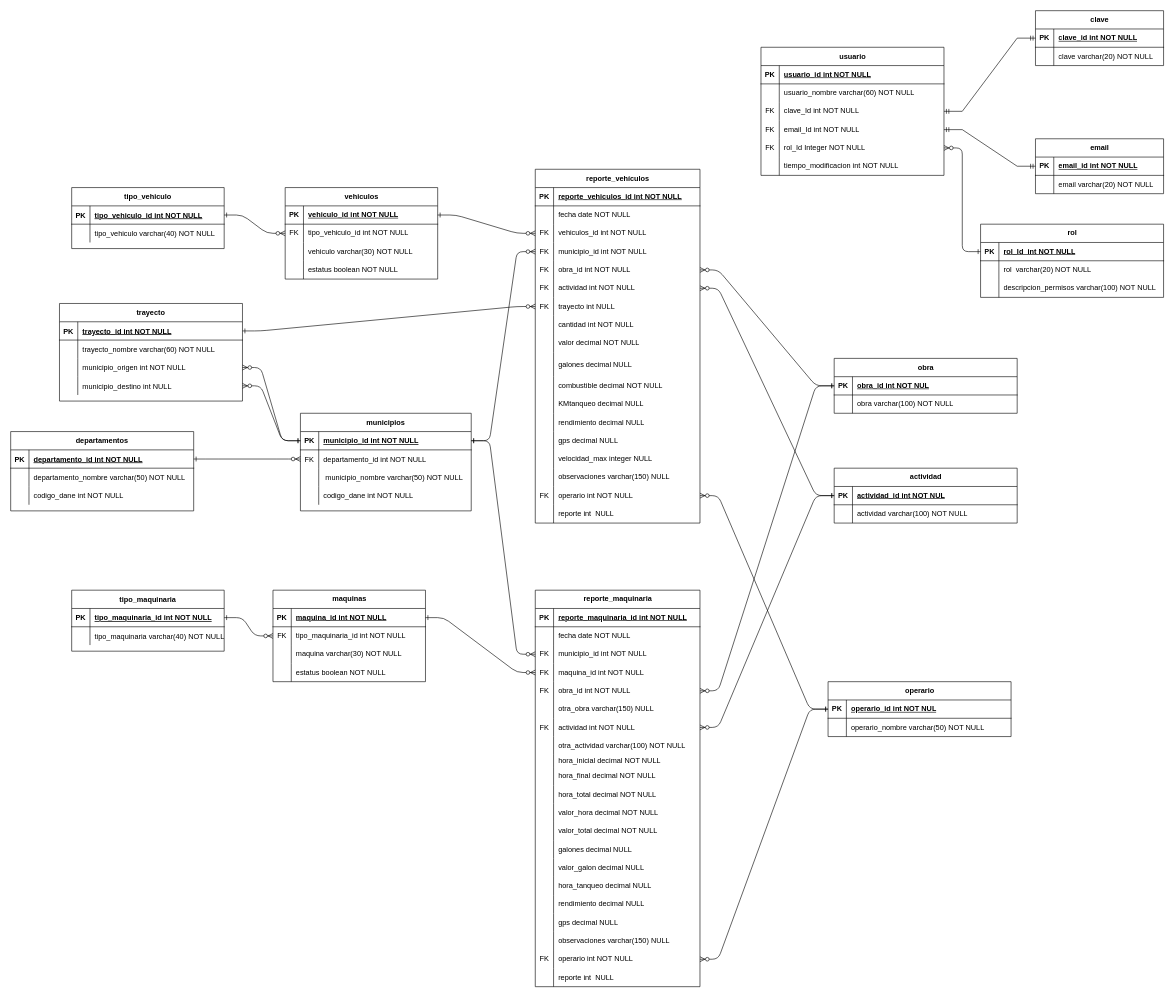
MasacradorM/Gestion-de-Maquinaria-y-Vehiculos keeps this draw.io diagram as MER/gestionMaquinaria&Vehiculos.drawio. Above is the earlier version. Source tidied: cells renumbered, new cells numbered last; positions are measured from the earlier drawing's top-left corner, leaving out a move shared by most shapes. Both pictures are drawn from the tidied source at 61%, with x=0, y=0 at pixel (10, 10).
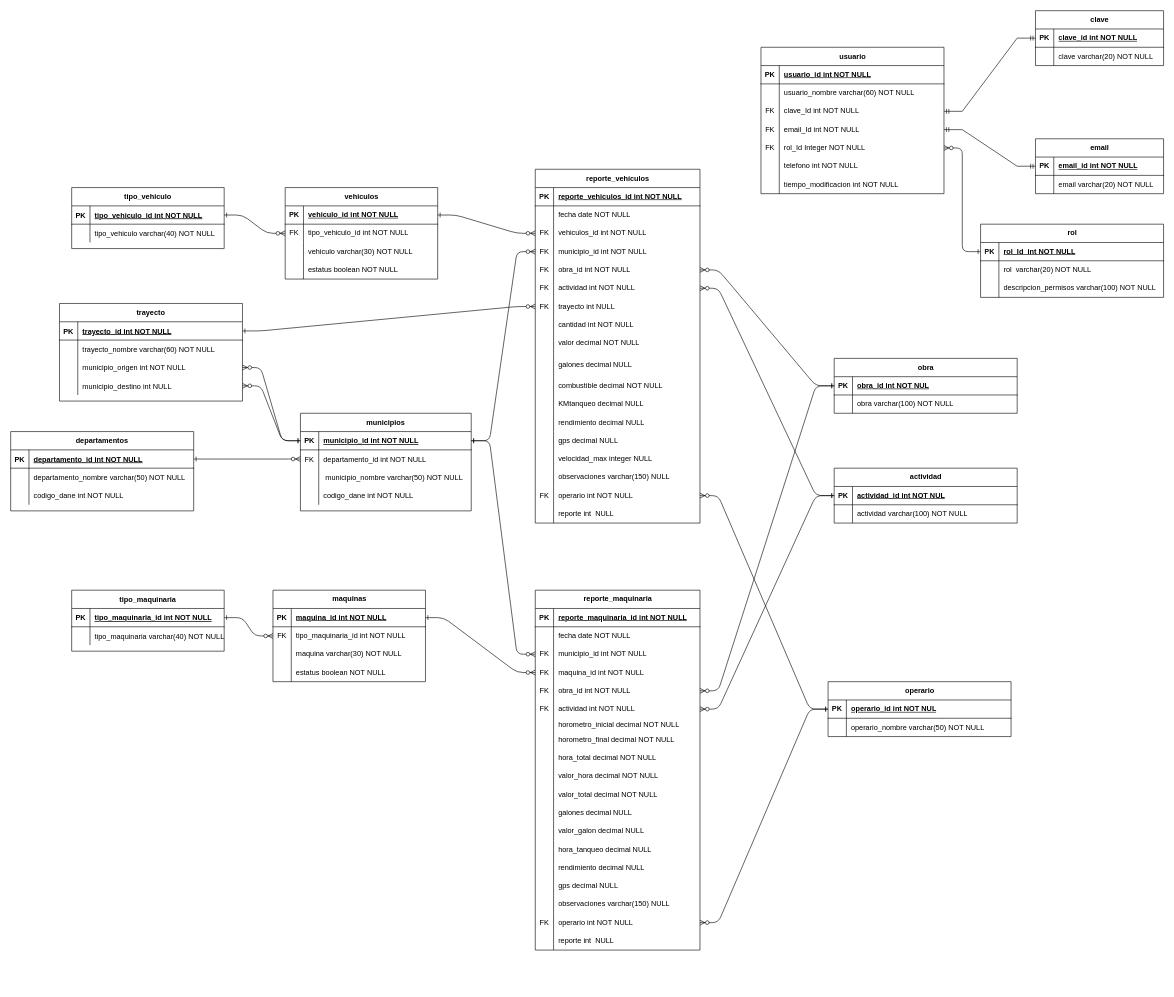
After the change.

Unchanged cells that the change refers to:
```xml
<mxCell id="206" style="shape=tableRow;horizontal=0;startSize=0;swimlaneHead=0;swimlaneBody=0;fillColor=none;top=0;left=0;right=0;bottom=0;" parent="190" vertex="1">
  <mxGeometry y="180" width="300" height="30" as="geometry" />
</mxCell>
```

Change to the diagram source:
```diff
@@
     <mxCell id="47" value="reporte_maquinaria" style="shape=table;startSize=30;childLayout=tableLayout;rowLines=0;fontStyle=1;align=center;html=1;" parent="1" vertex="1">
-      <mxGeometry x="860" y="950" width="270" height="650" as="geometry" />
+      <mxGeometry x="860" y="950" width="270" height="590" as="geometry" />
     </mxCell>
@@
-    <mxCell id="63" style="shape=tableRow;horizontal=0;startSize=0;swimlaneHead=0;swimlaneBody=0;fillColor=none;top=0;left=0;right=0;bottom=0;" parent="47" vertex="1">
-      <mxGeometry y="180" width="270" height="30" as="geometry" />
-    </mxCell>
-    <mxCell id="64" style="shape=partialRectangle;fillColor=none;top=0;left=0;bottom=0;right=0;overflow=hidden;whiteSpace=wrap;html=1;" parent="63" vertex="1">
-      <mxGeometry width="30" height="30" as="geometry" />
-    </mxCell>
-    <mxCell id="65" value="otra_obra varchar(150) NULL" style="shape=partialRectangle;fillColor=none;top=0;left=0;bottom=0;right=0;align=left;spacingLeft=6;overflow=hidden;whiteSpace=wrap;html=1;" parent="63" vertex="1">
-      <mxGeometry x="30" width="240" height="30" as="geometry" />
-    </mxCell>
     <mxCell id="66" style="shape=tableRow;horizontal=0;startSize=0;swimlaneHead=0;swimlaneBody=0;fillColor=none;points=[[0,0.5],[1,0.5]];portConstraint=eastwest;top=0;left=0;right=0;bottom=0;" parent="47" vertex="1">
-      <mxGeometry y="210" width="270" height="30" as="geometry" />
+      <mxGeometry y="180" width="270" height="30" as="geometry" />
     </mxCell>
@@
-    <mxCell id="69" style="shape=tableRow;horizontal=0;startSize=0;swimlaneHead=0;swimlaneBody=0;fillColor=none;top=0;left=0;right=0;bottom=0;" parent="47" vertex="1">
-      <mxGeometry y="240" width="270" height="30" as="geometry" />
-    </mxCell>
-    <mxCell id="70" style="shape=partialRectangle;fillColor=none;top=0;left=0;bottom=0;right=0;overflow=hidden;whiteSpace=wrap;html=1;" parent="69" vertex="1">
-      <mxGeometry width="30" height="30" as="geometry" />
-    </mxCell>
-    <mxCell id="71" value="otra_actividad varchar(100) NOT NULL" style="shape=partialRectangle;fillColor=none;top=0;left=0;bottom=0;right=0;align=left;spacingLeft=6;overflow=hidden;whiteSpace=wrap;html=1;" parent="69" vertex="1">
-      <mxGeometry x="30" width="240" height="30" as="geometry" />
-    </mxCell>
     <mxCell id="72" style="shape=tableRow;horizontal=0;startSize=0;swimlaneHead=0;swimlaneBody=0;fillColor=none;top=0;left=0;right=0;bottom=0;" parent="47" vertex="1">
-      <mxGeometry y="270" width="270" height="20" as="geometry" />
+      <mxGeometry y="210" width="270" height="20" as="geometry" />
     </mxCell>
@@
-    <mxCell id="74" value="hora_inicial decimal NOT NULL" style="shape=partialRectangle;fillColor=none;top=0;left=0;bottom=0;right=0;align=left;spacingLeft=6;overflow=hidden;whiteSpace=wrap;html=1;" parent="72" vertex="1">
+    <mxCell id="74" value="horometro_inicial decimal NOT NULL" style="shape=partialRectangle;fillColor=none;top=0;left=0;bottom=0;right=0;align=left;spacingLeft=6;overflow=hidden;whiteSpace=wrap;html=1;" parent="72" vertex="1">
       <mxGeometry x="30" width="240" height="20" as="geometry" />
     </mxCell>
     <mxCell id="75" style="shape=tableRow;horizontal=0;startSize=0;swimlaneHead=0;swimlaneBody=0;fillColor=none;top=0;left=0;right=0;bottom=0;" parent="47" vertex="1">
-      <mxGeometry y="290" width="270" height="30" as="geometry" />
+      <mxGeometry y="230" width="270" height="30" as="geometry" />
     </mxCell>
@@
-    <mxCell id="77" value="hora_final decimal NOT NULL" style="shape=partialRectangle;fillColor=none;top=0;left=0;bottom=0;right=0;align=left;spacingLeft=6;overflow=hidden;whiteSpace=wrap;html=1;" parent="75" vertex="1">
+    <mxCell id="77" value="horometro_final decimal NOT NULL" style="shape=partialRectangle;fillColor=none;top=0;left=0;bottom=0;right=0;align=left;spacingLeft=6;overflow=hidden;whiteSpace=wrap;html=1;" parent="75" vertex="1">
       <mxGeometry x="30" width="240" height="30" as="geometry" />
     </mxCell>
     <mxCell id="78" style="shape=tableRow;horizontal=0;startSize=0;swimlaneHead=0;swimlaneBody=0;fillColor=none;top=0;left=0;right=0;bottom=0;" parent="47" vertex="1">
-      <mxGeometry y="320" width="270" height="30" as="geometry" />
+      <mxGeometry y="260" width="270" height="30" as="geometry" />
     </mxCell>
@@
     <mxCell id="81" style="shape=tableRow;horizontal=0;startSize=0;swimlaneHead=0;swimlaneBody=0;fillColor=none;top=0;left=0;right=0;bottom=0;" parent="47" vertex="1">
-      <mxGeometry y="350" width="270" height="30" as="geometry" />
+      <mxGeometry y="290" width="270" height="30" as="geometry" />
     </mxCell>
@@
     <mxCell id="84" style="shape=tableRow;horizontal=0;startSize=0;swimlaneHead=0;swimlaneBody=0;fillColor=none;top=0;left=0;right=0;bottom=0;" parent="47" vertex="1">
-      <mxGeometry y="380" width="270" height="30" as="geometry" />
+      <mxGeometry y="320" width="270" height="30" as="geometry" />
     </mxCell>
@@
     <mxCell id="87" style="shape=tableRow;horizontal=0;startSize=0;swimlaneHead=0;swimlaneBody=0;fillColor=none;top=0;left=0;right=0;bottom=0;" parent="47" vertex="1">
-      <mxGeometry y="410" width="270" height="30" as="geometry" />
+      <mxGeometry y="350" width="270" height="30" as="geometry" />
     </mxCell>
@@
     <mxCell id="90" style="shape=tableRow;horizontal=0;startSize=0;swimlaneHead=0;swimlaneBody=0;fillColor=none;top=0;left=0;right=0;bottom=0;" parent="47" vertex="1">
-      <mxGeometry y="440" width="270" height="30" as="geometry" />
+      <mxGeometry y="380" width="270" height="30" as="geometry" />
     </mxCell>
@@
     <mxCell id="93" style="shape=tableRow;horizontal=0;startSize=0;swimlaneHead=0;swimlaneBody=0;fillColor=none;top=0;left=0;right=0;bottom=0;" parent="47" vertex="1">
-      <mxGeometry y="470" width="270" height="30" as="geometry" />
+      <mxGeometry y="410" width="270" height="30" as="geometry" />
     </mxCell>
@@
     <mxCell id="96" style="shape=tableRow;horizontal=0;startSize=0;swimlaneHead=0;swimlaneBody=0;fillColor=none;top=0;left=0;right=0;bottom=0;" parent="47" vertex="1">
-      <mxGeometry y="500" width="270" height="30" as="geometry" />
+      <mxGeometry y="440" width="270" height="30" as="geometry" />
     </mxCell>
@@
     <mxCell id="99" style="shape=tableRow;horizontal=0;startSize=0;swimlaneHead=0;swimlaneBody=0;fillColor=none;top=0;left=0;right=0;bottom=0;" parent="47" vertex="1">
-      <mxGeometry y="530" width="270" height="30" as="geometry" />
+      <mxGeometry y="470" width="270" height="30" as="geometry" />
     </mxCell>
@@
     <mxCell id="102" style="shape=tableRow;horizontal=0;startSize=0;swimlaneHead=0;swimlaneBody=0;fillColor=none;top=0;left=0;right=0;bottom=0;" parent="47" vertex="1">
-      <mxGeometry y="560" width="270" height="30" as="geometry" />
+      <mxGeometry y="500" width="270" height="30" as="geometry" />
     </mxCell>
@@
     <mxCell id="105" style="shape=tableRow;horizontal=0;startSize=0;swimlaneHead=0;swimlaneBody=0;fillColor=none;points=[[0,0.5],[1,0.5]];portConstraint=eastwest;top=0;left=0;right=0;bottom=0;" parent="47" vertex="1">
-      <mxGeometry y="590" width="270" height="30" as="geometry" />
+      <mxGeometry y="530" width="270" height="30" as="geometry" />
     </mxCell>
@@
     <mxCell id="108" style="shape=tableRow;horizontal=0;startSize=0;swimlaneHead=0;swimlaneBody=0;fillColor=none;top=0;left=0;right=0;bottom=0;" parent="47" vertex="1">
-      <mxGeometry y="620" width="270" height="30" as="geometry" />
+      <mxGeometry y="560" width="270" height="30" as="geometry" />
     </mxCell>
@@
     <mxCell id="190" value="usuario" style="shape=table;startSize=30;childLayout=tableLayout;rowLines=0;fontStyle=1;align=center;html=1;" parent="1" vertex="1">
-      <mxGeometry x="1230" y="60" width="300" height="210" as="geometry" />
+      <mxGeometry x="1230" y="60" width="300" height="240" as="geometry" />
     </mxCell>
@@
-    <mxCell id="208" value="tiempo_modificacion int NOT NULL&lt;span style=&quot;white-space: pre;&quot;&gt;&#9;&lt;/span&gt;" style="shape=partialRectangle;fillColor=none;top=0;left=0;bottom=0;right=0;align=left;spacingLeft=6;overflow=hidden;whiteSpace=wrap;html=1;" parent="206" vertex="1">
+    <mxCell id="208" value="telefono&lt;span style=&quot;background-color: transparent; color: light-dark(rgb(0, 0, 0), rgb(255, 255, 255));&quot;&gt;&amp;nbsp;int NOT NULL&lt;/span&gt;&lt;span style=&quot;background-color: transparent; color: light-dark(rgb(0, 0, 0), rgb(255, 255, 255)); white-space: pre;&quot;&gt;&#9;&lt;/span&gt;" style="shape=partialRectangle;fillColor=none;top=0;left=0;bottom=0;right=0;align=left;spacingLeft=6;overflow=hidden;whiteSpace=wrap;html=1;" parent="206" vertex="1">
       <mxGeometry x="30" width="270" height="30" as="geometry" />
     </mxCell>
+    <mxCell id="280" style="shape=tableRow;horizontal=0;startSize=0;swimlaneHead=0;swimlaneBody=0;fillColor=none;top=0;left=0;right=0;bottom=0;" parent="190" vertex="1">
+      <mxGeometry y="210" width="300" height="30" as="geometry" />
+    </mxCell>
+    <mxCell id="281" style="shape=partialRectangle;fillColor=none;top=0;left=0;bottom=0;right=0;overflow=hidden;whiteSpace=wrap;html=1;" parent="280" vertex="1">
+      <mxGeometry width="30" height="30" as="geometry" />
+    </mxCell>
+    <mxCell id="282" value="tiempo_modificacion int NOT NULL&lt;span style=&quot;white-space: pre;&quot;&gt;&#9;&lt;/span&gt;" style="shape=partialRectangle;fillColor=none;top=0;left=0;bottom=0;right=0;align=left;spacingLeft=6;overflow=hidden;whiteSpace=wrap;html=1;" parent="280" vertex="1">
+      <mxGeometry x="30" width="270" height="30" as="geometry" />
+    </mxCell>
```
